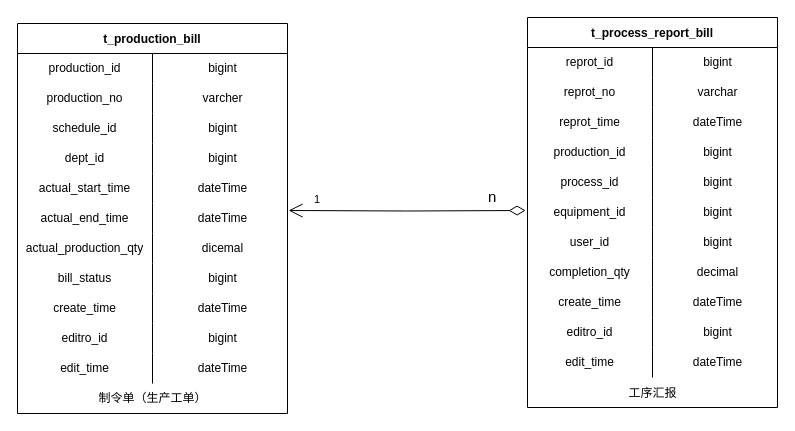
Earlier version of the draw.io diagram 制令单管理.drawio (KNAI-I/test). Source tidied: cells renumbered, new cells numbered last; positions are measured from the earlier drawing's top-left corner, leaving out a move shared by most shapes. Both pictures are drawn from the tidied source at 100%, with x=0, y=0 at pixel (17, 17).
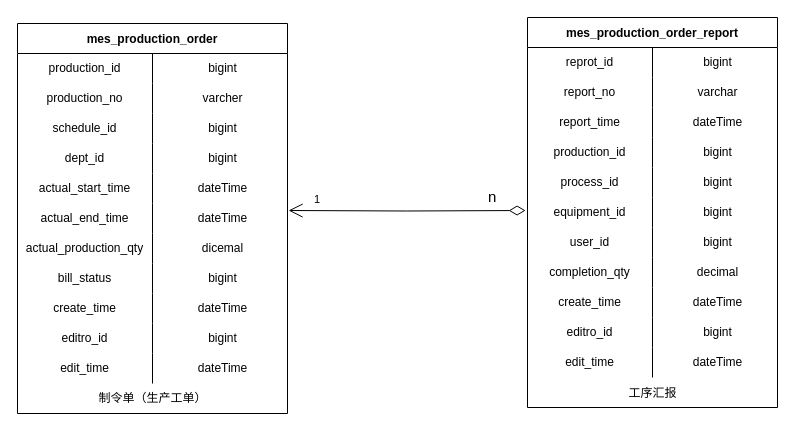
The same page after the edit.

Commit message:
更新制令单管理.drawio

Unchanged cells that the change refers to:
```xml
<mxCell id="44" style="shape=tableRow;horizontal=0;startSize=0;swimlaneHead=0;swimlaneBody=0;top=0;left=0;bottom=0;right=0;fillColor=none;" parent="40" vertex="1">
  <mxGeometry y="60" width="250" height="30" as="geometry" />
</mxCell>
<mxCell id="47" style="shape=tableRow;horizontal=0;startSize=0;swimlaneHead=0;swimlaneBody=0;top=0;left=0;bottom=0;right=0;fillColor=none;" parent="40" vertex="1">
  <mxGeometry y="90" width="250" height="30" as="geometry" />
</mxCell>
```

What changed in the source:
```diff
@@
-    <mxCell id="2" value="t_production_bill" style="shape=table;startSize=30;childLayout=tableLayout;rowLines=0;fontStyle=1;" parent="1" vertex="1">
+    <mxCell id="2" value="mes_production_order" style="shape=table;startSize=30;childLayout=tableLayout;rowLines=0;fontStyle=1;" parent="1" vertex="1">
       <mxGeometry y="6" width="270" height="390" as="geometry" />
     </mxCell>
@@
-    <mxCell id="40" value="t_process_report_bill" style="shape=table;startSize=30;childLayout=tableLayout;rowLines=0;fontStyle=1;" parent="1" vertex="1">
+    <mxCell id="40" value="mes_production_order_report" style="shape=table;startSize=30;childLayout=tableLayout;rowLines=0;fontStyle=1;" parent="1" vertex="1">
       <mxGeometry x="510" width="250" height="390" as="geometry" />
     </mxCell>
@@
-    <mxCell id="45" value="reprot_no" style="shape=partialRectangle;html=1;whiteSpace=wrap;fillColor=none;top=0;left=0;bottom=0;right=0;overflow=hidden;" parent="44" vertex="1">
+    <mxCell id="45" value="report_no" style="shape=partialRectangle;html=1;whiteSpace=wrap;fillColor=none;top=0;left=0;bottom=0;right=0;overflow=hidden;" parent="44" vertex="1">
       <mxGeometry width="125" height="30" as="geometry" />
     </mxCell>
@@
-    <mxCell id="48" value="reprot_time" style="shape=partialRectangle;html=1;whiteSpace=wrap;fillColor=none;top=0;left=0;bottom=0;right=0;overflow=hidden;" parent="47" vertex="1">
+    <mxCell id="48" value="report_time" style="shape=partialRectangle;html=1;whiteSpace=wrap;fillColor=none;top=0;left=0;bottom=0;right=0;overflow=hidden;" parent="47" vertex="1">
       <mxGeometry width="125" height="30" as="geometry" />
     </mxCell>
```
